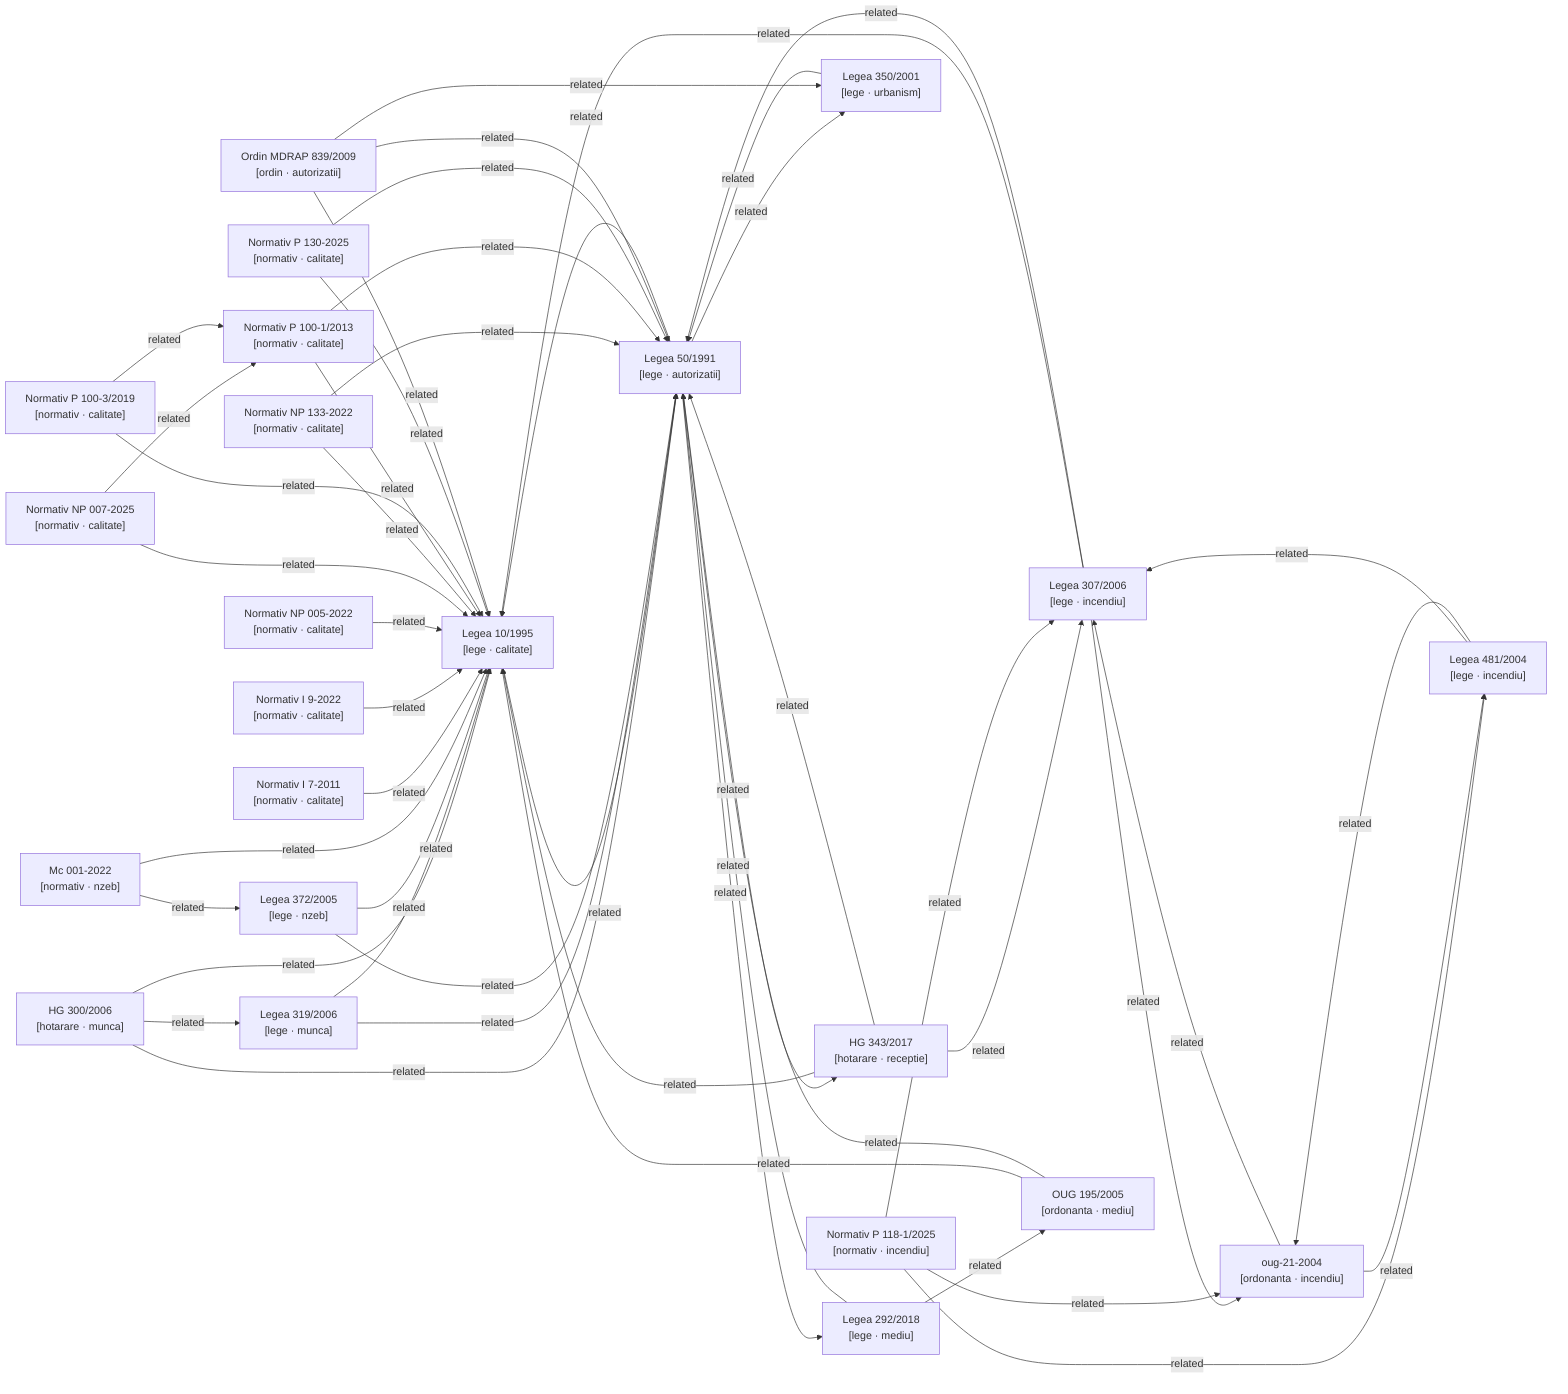
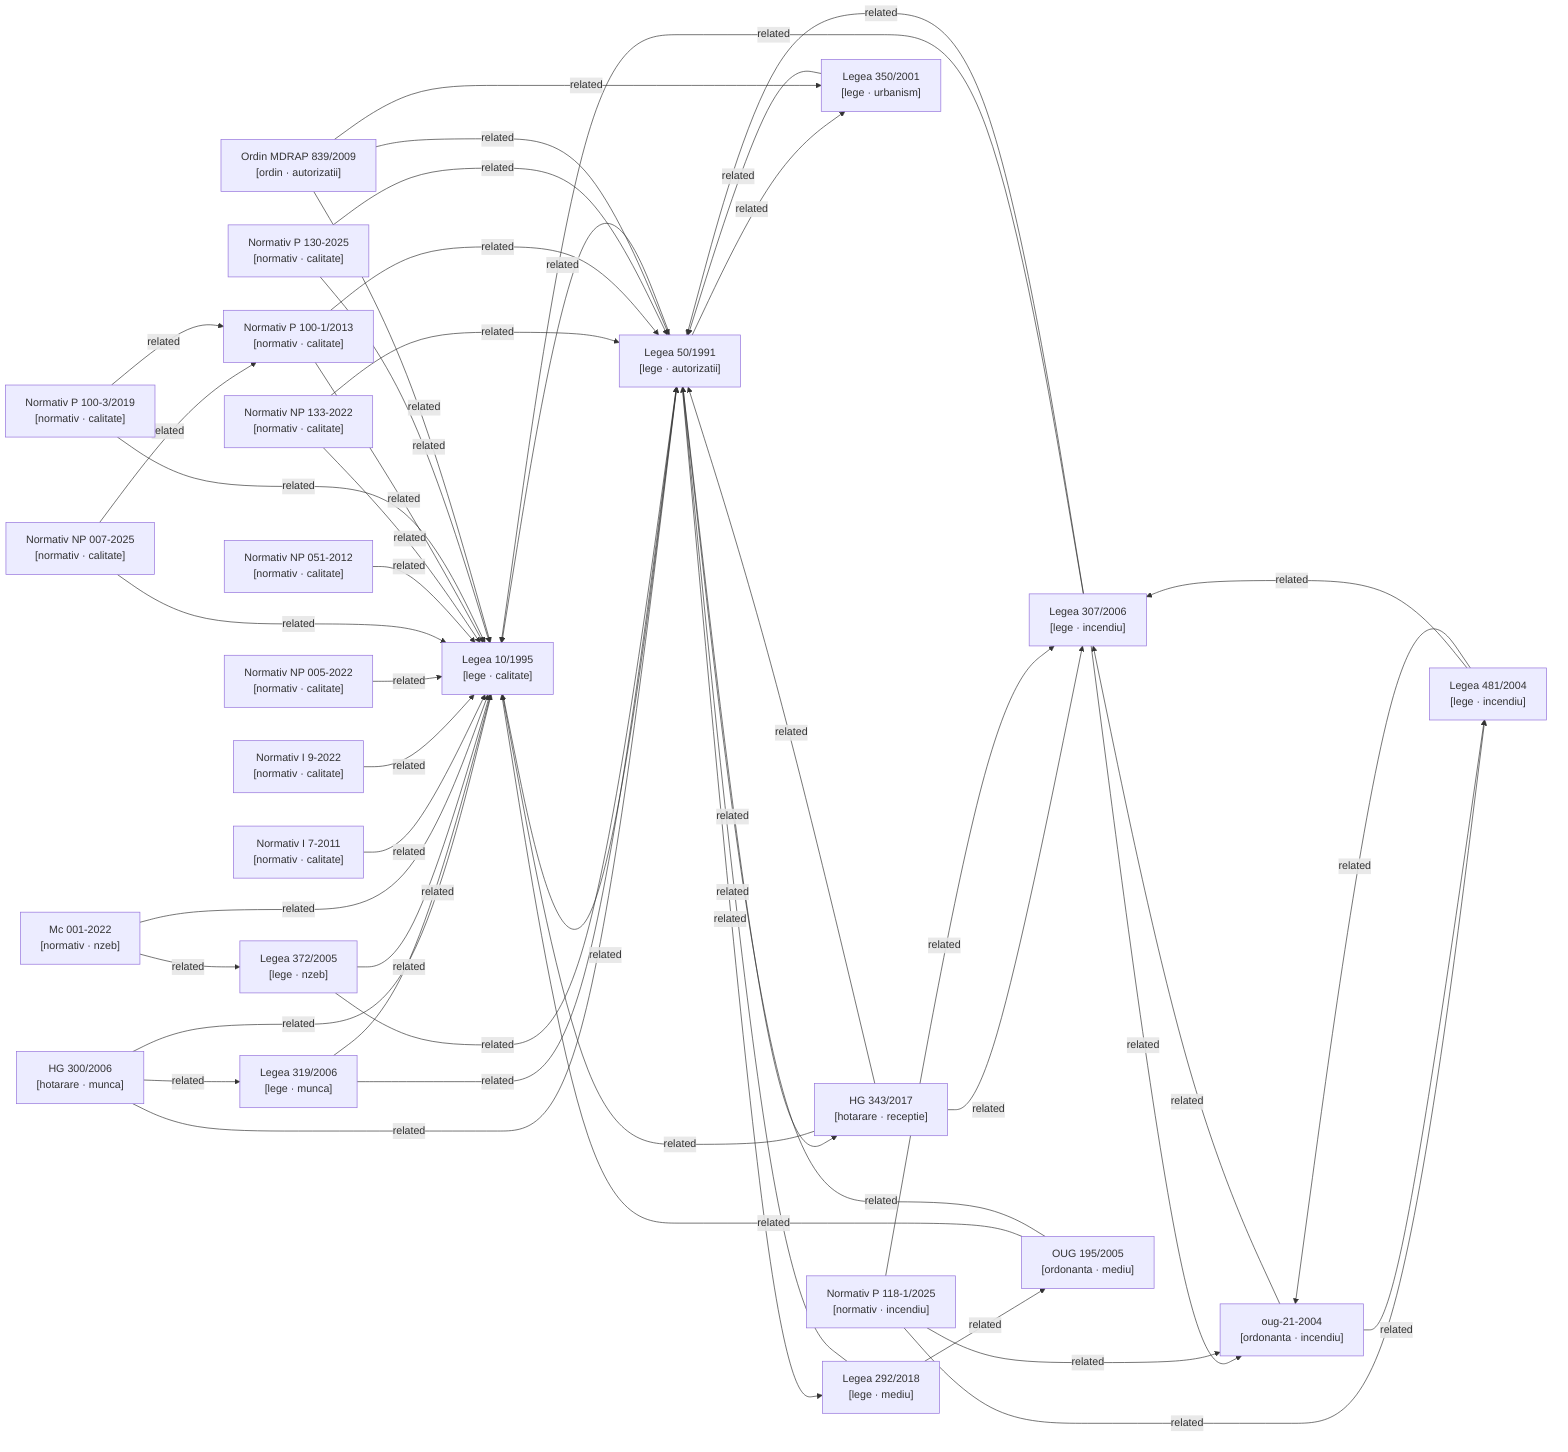
graph LR

  %% Nodes
  hg-300-2006["HG 300/2006\n[hotarare · munca]"]
  hg-343-2017["HG 343/2017\n[hotarare · receptie]"]
  lege-10-1995["Legea 10/1995\n[lege · calitate]"]
  lege-292-2018["Legea 292/2018\n[lege · mediu]"]
  lege-307-2006["Legea 307/2006\n[lege · incendiu]"]
  lege-319-2006["Legea 319/2006\n[lege · munca]"]
  lege-350-2001["Legea 350/2001\n[lege · urbanism]"]
  lege-372-2005["Legea 372/2005\n[lege · nzeb]"]
  lege-481-2004["Legea 481/2004\n[lege · incendiu]"]
  lege-50-1991["Legea 50/1991\n[lege · autorizatii]"]
  metodologie-mc001-2022["Mc 001-2022\n[normativ · nzeb]"]
  normativ-i7-2011["Normativ I 7-2011\n[normativ · calitate]"]
  normativ-i9-2022["Normativ I 9-2022\n[normativ · calitate]"]
  normativ-np005-2022["Normativ NP 005-2022\n[normativ · calitate]"]
  normativ-np007-2025["Normativ NP 007-2025\n[normativ · calitate]"]
+   normativ-np051-2012["Normativ NP 051-2012\n[normativ · calitate]"]
  normativ-np133-2022["Normativ NP 133-2022\n[normativ · calitate]"]
  normativ-p100-1-2013["Normativ P 100-1/2013\n[normativ · calitate]"]
  normativ-p100-3-2019["Normativ P 100-3/2019\n[normativ · calitate]"]
  normativ-p118-1-2025["Normativ P 118-1/2025\n[normativ · incendiu]"]
  normativ-p130-2025["Normativ P 130-2025\n[normativ · calitate]"]
  ordin-839-2009["Ordin MDRAP 839/2009\n[ordin · autorizatii]"]
  oug-195-2005["OUG 195/2005\n[ordonanta · mediu]"]
  oug-21-2004["oug-21-2004\n[ordonanta · incendiu]"]

  %% Confirmed relationships (from metadata related_acts)
  hg-300-2006 -->|related| lege-10-1995
  hg-300-2006 -->|related| lege-319-2006
  hg-300-2006 -->|related| lege-50-1991
  hg-343-2017 -->|related| lege-10-1995
  hg-343-2017 -->|related| lege-307-2006
  hg-343-2017 -->|related| lege-50-1991
  lege-10-1995 -->|related| lege-50-1991
  lege-292-2018 -->|related| lege-50-1991
  lege-292-2018 -->|related| oug-195-2005
  lege-307-2006 -->|related| lege-10-1995
  lege-307-2006 -->|related| lege-50-1991
  lege-307-2006 -->|related| oug-21-2004
  lege-319-2006 -->|related| lege-10-1995
  lege-319-2006 -->|related| lege-50-1991
  lege-350-2001 -->|related| lege-50-1991
  lege-372-2005 -->|related| lege-10-1995
  lege-372-2005 -->|related| lege-50-1991
  lege-481-2004 -->|related| lege-307-2006
  lege-481-2004 -->|related| oug-21-2004
  lege-50-1991 -->|related| hg-343-2017
  lege-50-1991 -->|related| lege-10-1995
  lege-50-1991 -->|related| lege-292-2018
  lege-50-1991 -->|related| lege-350-2001
  metodologie-mc001-2022 -->|related| lege-10-1995
  metodologie-mc001-2022 -->|related| lege-372-2005
  normativ-i7-2011 -->|related| lege-10-1995
  normativ-i9-2022 -->|related| lege-10-1995
  normativ-np005-2022 -->|related| lege-10-1995
  normativ-np007-2025 -->|related| lege-10-1995
  normativ-np007-2025 -->|related| normativ-p100-1-2013
+   normativ-np051-2012 -->|related| lege-10-1995
  normativ-np133-2022 -->|related| lege-10-1995
  normativ-np133-2022 -->|related| lege-50-1991
  normativ-p100-1-2013 -->|related| lege-10-1995
  normativ-p100-1-2013 -->|related| lege-50-1991
  normativ-p100-3-2019 -->|related| lege-10-1995
  normativ-p100-3-2019 -->|related| normativ-p100-1-2013
  normativ-p118-1-2025 -->|related| lege-307-2006
  normativ-p118-1-2025 -->|related| lege-481-2004
  normativ-p118-1-2025 -->|related| oug-21-2004
  normativ-p130-2025 -->|related| lege-10-1995
  normativ-p130-2025 -->|related| lege-50-1991
  ordin-839-2009 -->|related| lege-10-1995
  ordin-839-2009 -->|related| lege-350-2001
  ordin-839-2009 -->|related| lege-50-1991
  oug-195-2005 -->|related| lege-10-1995
  oug-195-2005 -->|related| lege-50-1991
  oug-21-2004 -->|related| lege-307-2006
  oug-21-2004 -->|related| lege-481-2004

  %% Auto-detected relationships (needs_review)
